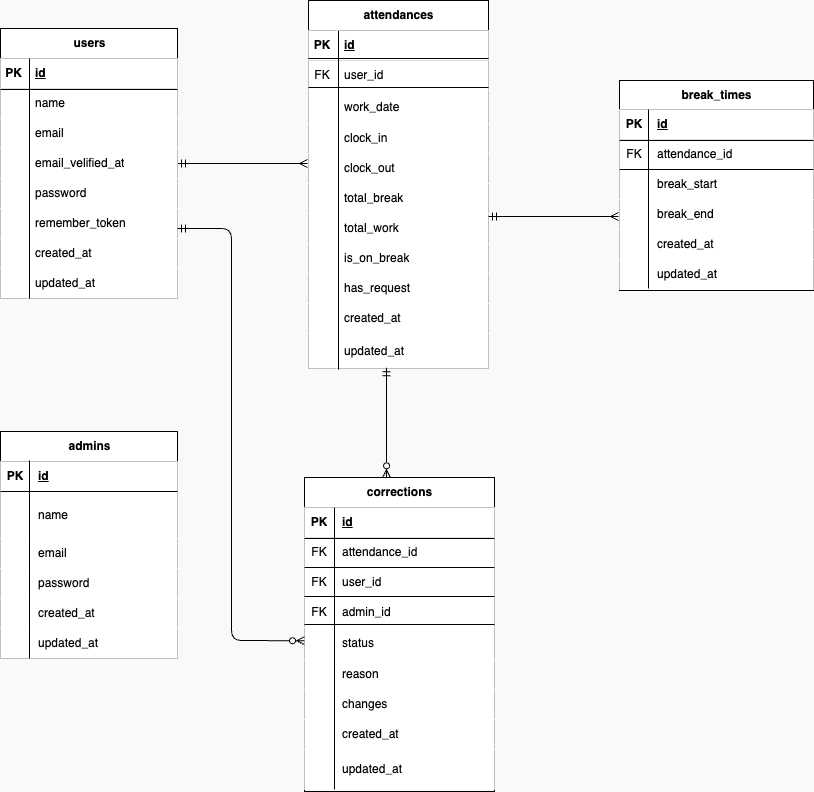
Above: index.png in okumurachie/TimeTrack (draw.io), before the change. Source tidied: cells renumbered, new cells last; positions are measured from the earlier drawing's top-left corner, leaving out a move shared by most shapes.
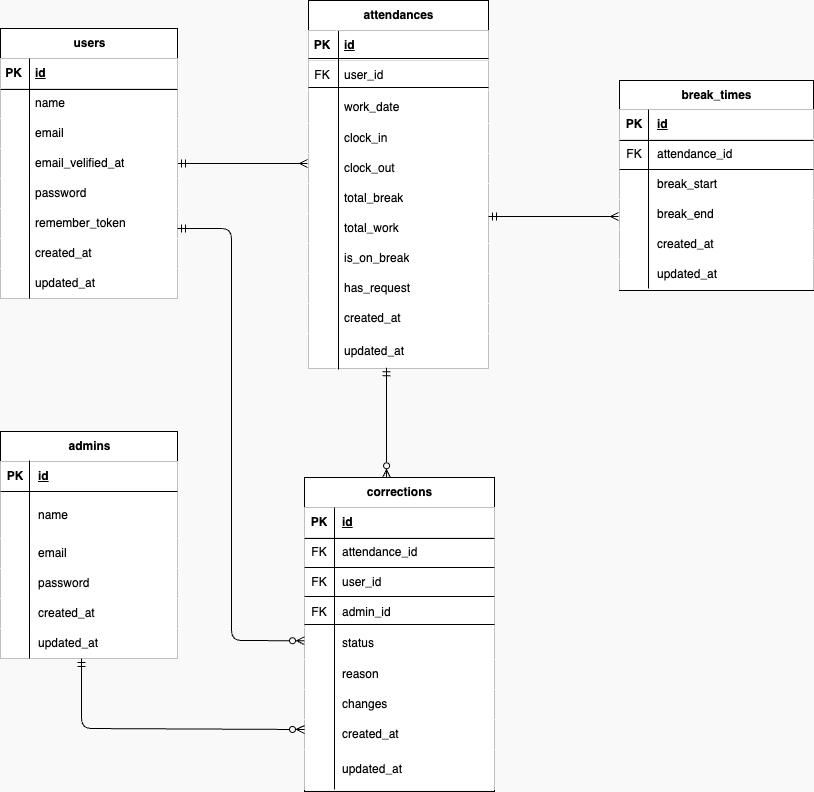
After the change.

Diff of the diagram source:
```diff
@@ -445,5 +445,14 @@
     <mxCell id="145" style="line;strokeWidth=1;html=1;" parent="1" vertex="1">
       <mxGeometry x="304" y="619" width="190" height="10" as="geometry" />
     </mxCell>
+    <mxCell id="146" style="edgeStyle=none;html=1;startArrow=ERmandOne;startFill=0;endArrow=ERzeroToMany;endFill=0;" parent="1" edge="1">
+      <mxGeometry relative="1" as="geometry">
+        <mxPoint x="81" y="658" as="sourcePoint" />
+        <mxPoint x="304" y="729" as="targetPoint" />
+        <Array as="points">
+          <mxPoint x="81" y="728" />
+        </Array>
+      </mxGeometry>
+    </mxCell>
   </root>
 </mxGraphModel>
```
